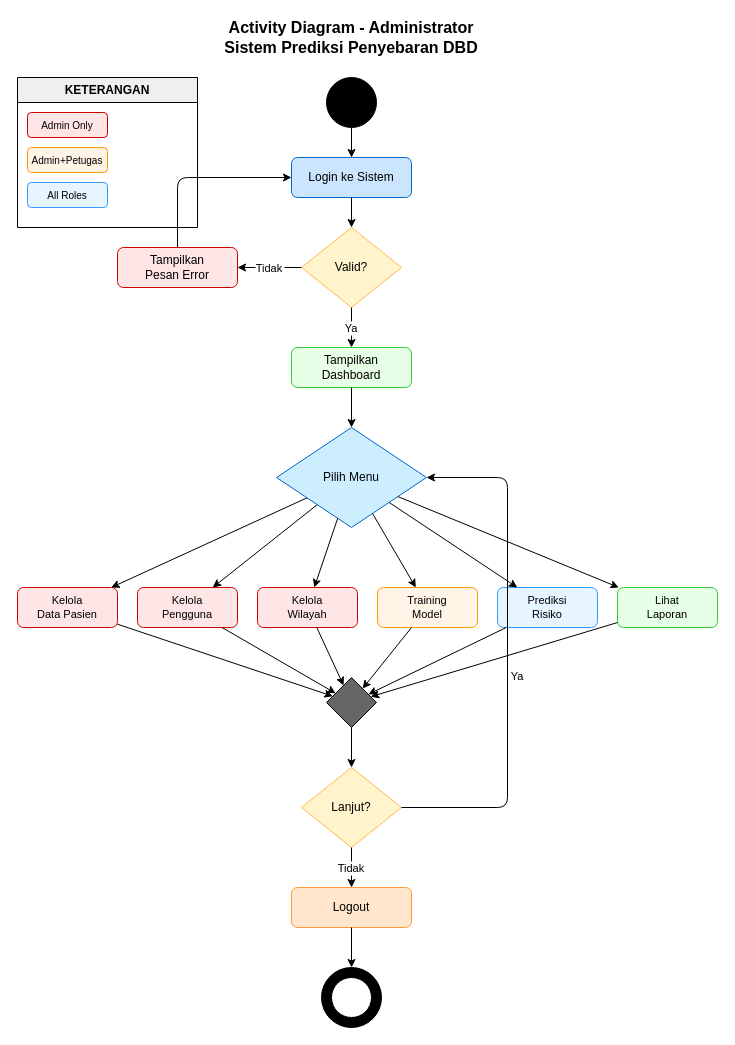
The draw.io diagram Dokumen/UML/activity_diagram_admin.drawio in Suwardi87/prediksi-DBD, before the edit. Source tidied: cells renumbered, new cells numbered last; positions are measured from the earlier drawing's top-left corner, leaving out a move shared by most shapes. Both pictures are drawn from the tidied source at 100%, with x=0, y=0 at pixel (17, 17).
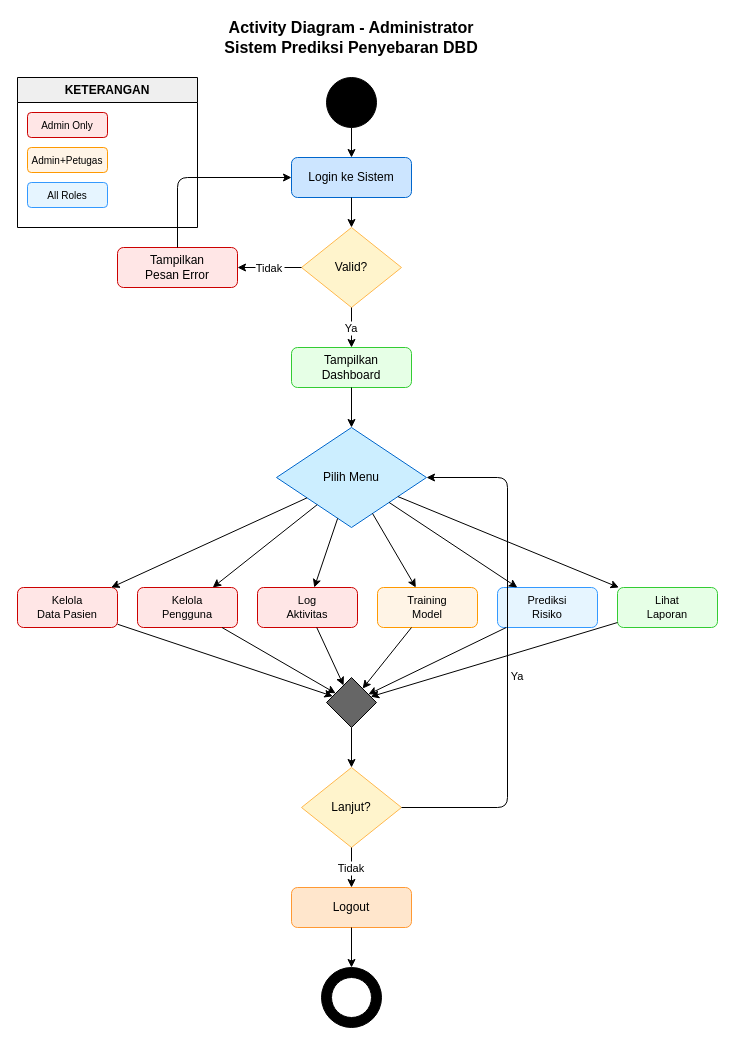
The same diagram, later.

The change refers to these unchanged cells:
```xml
<mxCell id="13" value="Pilih Menu" style="rhombus;whiteSpace=wrap;html=1;fillColor=#CCEEFF;strokeColor=#0066CC;" parent="1" vertex="1">
  <mxGeometry x="259" y="410" width="150" height="100" as="geometry" />
</mxCell>
<mxCell id="27" style="rhombus;whiteSpace=wrap;html=1;fillColor=#666666;" parent="1" vertex="1">
  <mxGeometry x="309" y="660" width="50" height="50" as="geometry" />
</mxCell>
```

What changed in the source:
```diff
@@
-    <mxCell id="19" value="Kelola&#10;Wilayah" style="rounded=1;whiteSpace=wrap;html=1;fontSize=11;fillColor=#FFE6E6;strokeColor=#CC0000;" parent="1" vertex="1">
-      <mxGeometry x="240" y="570" width="100" height="40" as="geometry" />
-    </mxCell>
-    <mxCell id="20" parent="1" edge="1" source="13" target="19">
-      <mxGeometry relative="1" as="geometry" />
-    </mxCell>
+    <mxCell id="46" value="Log&#10;Aktivitas" style="rounded=1;whiteSpace=wrap;html=1;fontSize=11;fillColor=#FFE6E6;strokeColor=#CC0000;" parent="1" vertex="1">
+      <mxGeometry x="240" y="570" width="100" height="40" as="geometry" />
+    </mxCell>
+    <mxCell id="47" parent="1" edge="1" source="13" target="46">
+      <mxGeometry relative="1" as="geometry" />
+    </mxCell>
@@
-    <mxCell id="30" parent="1" edge="1" source="19" target="27">
+    <mxCell id="30" parent="1" edge="1" source="46" target="27">
       <mxGeometry relative="1" as="geometry" />
     </mxCell>
```
